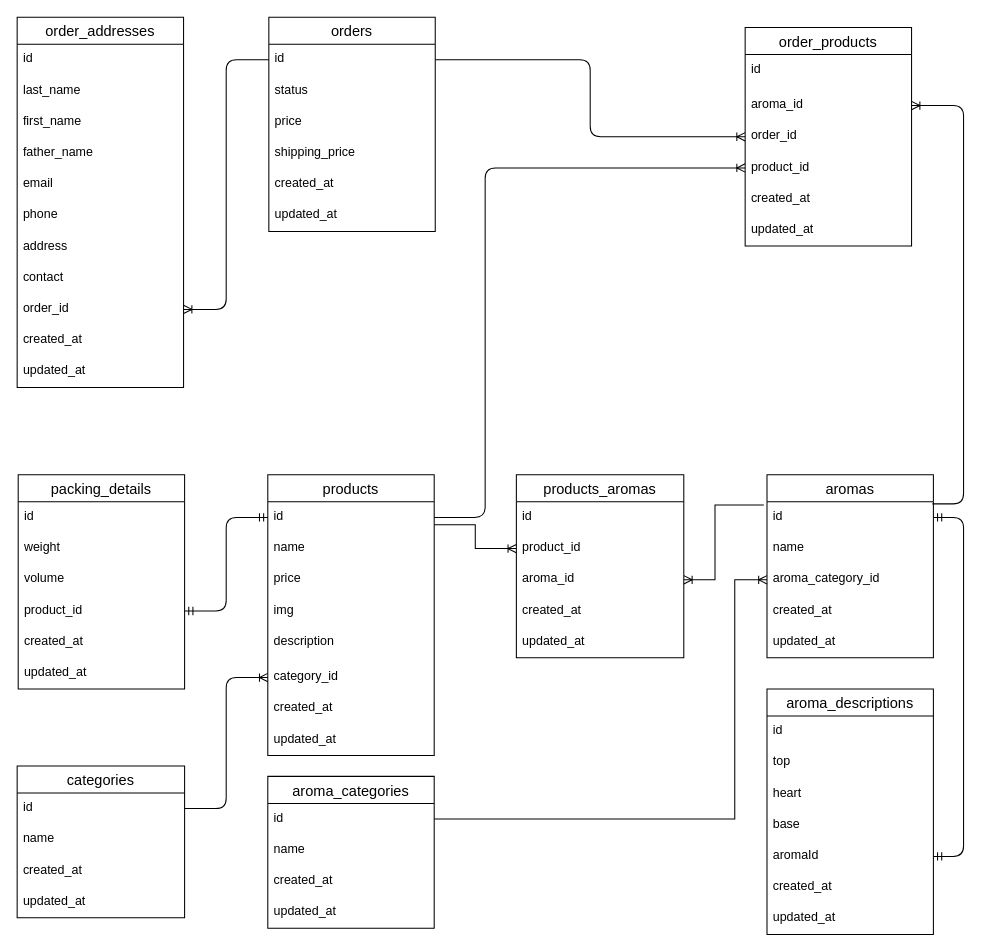
Before: db_schema.drawio in artur-makeev/onegia-server, a draw.io diagram. Source tidied: cells renumbered, new cells numbered last; positions are measured from the earlier drawing's top-left corner, leaving out a move shared by most shapes. Both pictures are drawn from the tidied source at 104%, with x=0, y=0 at pixel (17, 17).
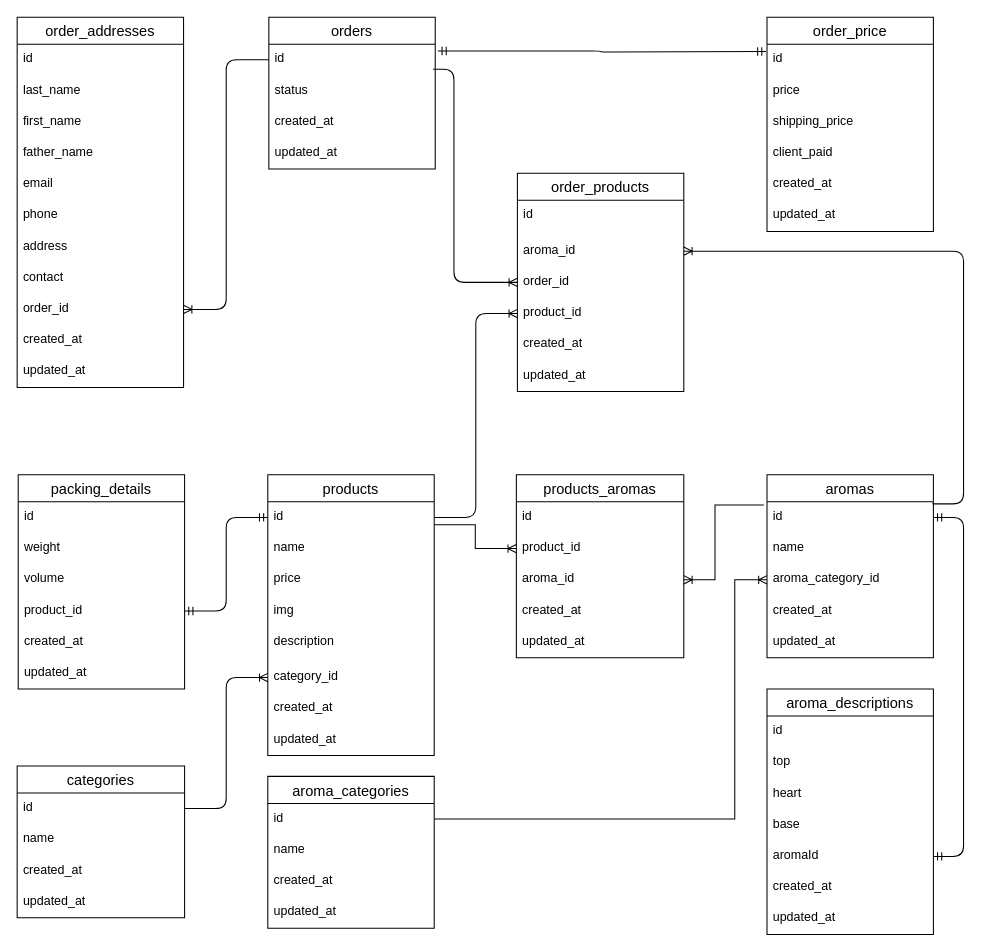
Above is the later version.

Unchanged cells that the change refers to:
```xml
<mxCell id="3" value="id" style="text;strokeColor=none;fillColor=none;spacingLeft=4;spacingRight=4;overflow=hidden;points=[[0,0.5],[1,0.5]];portConstraint=eastwest;fontSize=12;" parent="2" vertex="1">
  <mxGeometry y="26" width="160" height="30" as="geometry" />
</mxCell>
<mxCell id="12" value="aroma_id" style="text;strokeColor=none;fillColor=none;spacingLeft=4;spacingRight=4;overflow=hidden;points=[[0,0.5],[1,0.5]];portConstraint=eastwest;fontSize=12;" parent="10" vertex="1">
  <mxGeometry y="60" width="160" height="30" as="geometry" />
</mxCell>
<mxCell id="13" value="order_id" style="text;strokeColor=none;fillColor=none;spacingLeft=4;spacingRight=4;overflow=hidden;points=[[0,0.5],[1,0.5]];portConstraint=eastwest;fontSize=12;" parent="10" vertex="1">
  <mxGeometry y="90" width="160" height="30" as="geometry" />
</mxCell>
<mxCell id="14" value="product_id" style="text;strokeColor=none;fillColor=none;spacingLeft=4;spacingRight=4;overflow=hidden;points=[[0,0.5],[1,0.5]];portConstraint=eastwest;fontSize=12;" parent="10" vertex="1">
  <mxGeometry y="120" width="160" height="30" as="geometry" />
</mxCell>
<mxCell id="31" value="id" style="text;strokeColor=none;fillColor=none;spacingLeft=4;spacingRight=4;overflow=hidden;points=[[0,0.5],[1,0.5]];portConstraint=eastwest;fontSize=12;" parent="30" vertex="1">
  <mxGeometry y="26" width="160" height="30" as="geometry" />
</mxCell>
<mxCell id="46" value="id" style="text;strokeColor=none;fillColor=none;spacingLeft=4;spacingRight=4;overflow=hidden;points=[[0,0.5],[1,0.5]];portConstraint=eastwest;fontSize=12;" parent="45" vertex="1">
  <mxGeometry y="26" width="160" height="30" as="geometry" />
</mxCell>
```

The edit, as a diff of the source:
```diff
@@
     <mxCell id="2" value="orders" style="swimlane;fontStyle=0;horizontal=1;startSize=26;align=center;fontSize=14;" parent="1" vertex="1">
-      <mxGeometry x="242" width="160" height="206" as="geometry" />
+      <mxGeometry x="242" width="160" height="146" as="geometry" />
     </mxCell>
@@
-    <mxCell id="5" value="price" style="text;strokeColor=none;fillColor=none;spacingLeft=4;spacingRight=4;overflow=hidden;fontSize=12;" parent="2" vertex="1">
-      <mxGeometry y="86" width="160" height="30" as="geometry" />
-    </mxCell>
-    <mxCell id="6" value="shipping_price" style="text;strokeColor=none;fillColor=none;spacingLeft=4;spacingRight=4;overflow=hidden;fontSize=12;" parent="2" vertex="1">
-      <mxGeometry y="116" width="160" height="30" as="geometry" />
-    </mxCell>
     <mxCell id="7" value="created_at" style="text;strokeColor=none;fillColor=none;spacingLeft=4;spacingRight=4;overflow=hidden;fontSize=12;" parent="2" vertex="1">
-      <mxGeometry y="146" width="160" height="30" as="geometry" />
+      <mxGeometry y="86" width="160" height="30" as="geometry" />
     </mxCell>
     <mxCell id="8" value="updated_at" style="text;strokeColor=none;fillColor=none;spacingLeft=4;spacingRight=4;overflow=hidden;fontSize=12;" parent="2" vertex="1">
-      <mxGeometry y="176" width="160" height="30" as="geometry" />
+      <mxGeometry y="116" width="160" height="30" as="geometry" />
     </mxCell>
-    <mxCell id="9" style="fontSize=12;html=1;endArrow=ERoneToMany;entryX=0;entryY=0.5;entryDx=0;entryDy=0;exitX=1;exitY=0.5;exitDx=0;exitDy=0;edgeStyle=orthogonalEdgeStyle;" parent="1" edge="1" source="3" target="13">
-      <mxGeometry relative="1" as="geometry" />
+    <mxCell id="9" style="fontSize=12;html=1;endArrow=ERoneToMany;entryX=0;entryY=0.5;entryDx=0;entryDy=0;edgeStyle=orthogonalEdgeStyle;" parent="1" edge="1" target="13">
+      <mxGeometry relative="1" as="geometry">
+        <mxPoint x="400" y="50" as="sourcePoint" />
+        <Array as="points">
+          <mxPoint x="420" y="50" />
+          <mxPoint x="420" y="255" />
+        </Array>
+      </mxGeometry>
     </mxCell>
     <mxCell id="10" value="order_products" style="swimlane;fontStyle=0;horizontal=1;startSize=26;align=center;fontSize=14;" parent="1" vertex="1">
-      <mxGeometry x="700" y="10" width="160" height="210" as="geometry" />
+      <mxGeometry x="481" y="150" width="160" height="210" as="geometry" />
     </mxCell>
@@
     <mxCell id="82" style="fontSize=12;html=1;endArrow=ERoneToMany;edgeStyle=orthogonalEdgeStyle;entryX=0;entryY=0.5;entryDx=0;entryDy=0;" parent="1" edge="1" source="31" target="14">
-      <mxGeometry relative="1" as="geometry">
-        <Array as="points">
-          <mxPoint x="450" y="481" />
-          <mxPoint x="450" y="145" />
-        </Array>
-      </mxGeometry>
+      <mxGeometry relative="1" as="geometry" />
     </mxCell>
     <mxCell id="83" style="fontSize=12;html=1;endArrow=ERoneToMany;edgeStyle=orthogonalEdgeStyle;entryX=1;entryY=0.5;entryDx=0;entryDy=0;exitX=0.994;exitY=0.067;exitDx=0;exitDy=0;exitPerimeter=0;" parent="1" edge="1" source="46" target="12">
       <mxGeometry relative="1" as="geometry">
         <Array as="points">
           <mxPoint x="910" y="468" />
-          <mxPoint x="910" y="85" />
+          <mxPoint x="910" y="225" />
         </Array>
       </mxGeometry>
     </mxCell>
+    <mxCell id="84" value="order_price" style="swimlane;fontStyle=0;horizontal=1;startSize=26;align=center;fontSize=14;" parent="1" vertex="1">
+      <mxGeometry x="721" width="160" height="206" as="geometry" />
+    </mxCell>
+    <mxCell id="85" value="id" style="text;strokeColor=none;fillColor=none;spacingLeft=4;spacingRight=4;overflow=hidden;fontSize=12;" parent="84" vertex="1">
+      <mxGeometry y="26" width="160" height="30" as="geometry" />
+    </mxCell>
+    <mxCell id="5" value="price" style="text;strokeColor=none;fillColor=none;spacingLeft=4;spacingRight=4;overflow=hidden;fontSize=12;" parent="84" vertex="1">
+      <mxGeometry y="56" width="160" height="30" as="geometry" />
+    </mxCell>
+    <mxCell id="6" value="shipping_price" style="text;strokeColor=none;fillColor=none;spacingLeft=4;spacingRight=4;overflow=hidden;fontSize=12;" parent="84" vertex="1">
+      <mxGeometry y="86" width="160" height="30" as="geometry" />
+    </mxCell>
+    <mxCell id="86" value="client_paid" style="text;strokeColor=none;fillColor=none;spacingLeft=4;spacingRight=4;overflow=hidden;fontSize=12;" parent="84" vertex="1">
+      <mxGeometry y="116" width="160" height="30" as="geometry" />
+    </mxCell>
+    <mxCell id="87" value="created_at" style="text;strokeColor=none;fillColor=none;spacingLeft=4;spacingRight=4;overflow=hidden;fontSize=12;" parent="84" vertex="1">
+      <mxGeometry y="146" width="160" height="30" as="geometry" />
+    </mxCell>
+    <mxCell id="88" value="updated_at" style="text;strokeColor=none;fillColor=none;spacingLeft=4;spacingRight=4;overflow=hidden;fontSize=12;" parent="84" vertex="1">
+      <mxGeometry y="176" width="160" height="30" as="geometry" />
+    </mxCell>
+    <mxCell id="89" style="fontSize=12;html=1;endArrow=ERmandOne;startArrow=ERmandOne;edgeStyle=orthogonalEdgeStyle;exitX=1.016;exitY=0.217;exitDx=0;exitDy=0;exitPerimeter=0;" parent="1" edge="1" source="3">
+      <mxGeometry relative="1" as="geometry">
+        <mxPoint x="720" y="33" as="targetPoint" />
+      </mxGeometry>
+    </mxCell>
```
